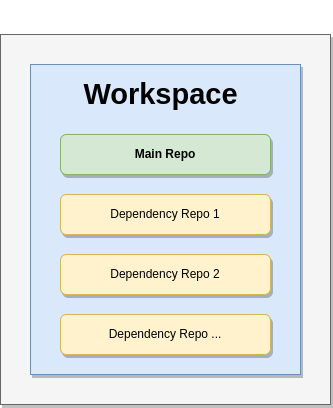
Before: docs/images/workspace.png, a diagram exported from draw.io (c0fec0de/git-ws). Source tidied: cells renumbered, new cells last; positions are measured from the earlier drawing's top-left corner, leaving out a move shared by most shapes.
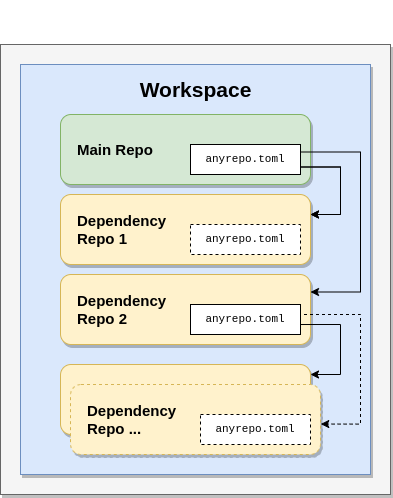
Above is the later version.

Commit message:
Extend diagram.

What changed in the source:
```diff
@@ -3,25 +3,87 @@
     <mxCell id="0" />
     <mxCell id="1" parent="0" />
     <mxCell id="2" style="rounded=0;whiteSpace=wrap;html=1;fillColor=#f5f5f5;fontColor=#333333;strokeColor=#666666;shadow=1;" parent="1" vertex="1">
-      <mxGeometry width="330" height="370" as="geometry" />
+      <mxGeometry y="10" width="390" height="450" as="geometry" />
     </mxCell>
     <mxCell id="3" value="&lt;h1&gt;&lt;br&gt;&lt;/h1&gt;" style="whiteSpace=wrap;html=1;align=center;imageVerticalAlign=middle;direction=east;labelPosition=center;verticalLabelPosition=top;verticalAlign=bottom;fillColor=#dae8fc;strokeColor=#6c8ebf;movableLabel=1;shadow=1;" parent="1" vertex="1">
-      <mxGeometry x="30" y="30" width="270" height="310" as="geometry" />
+      <mxGeometry x="20" y="30" width="350" height="410" as="geometry" />
     </mxCell>
-    <mxCell id="4" value="Main Repo" style="rounded=1;whiteSpace=wrap;html=1;fillColor=#d5e8d4;strokeColor=#82b366;fontStyle=1;shadow=1;" parent="1" vertex="1">
-      <mxGeometry x="60" y="100" width="210" height="40" as="geometry" />
+    <mxCell id="4" value="Main Repo" style="rounded=1;whiteSpace=wrap;html=1;fillColor=#d5e8d4;strokeColor=#82b366;fontStyle=1;shadow=1;align=left;spacingLeft=15;fontSize=15;" parent="1" vertex="1">
+      <mxGeometry x="60" y="80" width="250" height="70" as="geometry" />
     </mxCell>
+    <mxCell id="8" value="&lt;h1 style=&quot;font-size: 21px;&quot;&gt;&lt;font style=&quot;font-size: 21px;&quot;&gt;Workspace&lt;/font&gt;&lt;/h1&gt;" style="text;html=1;align=center;verticalAlign=middle;fillColor=none;strokeColor=none;rounded=0;fontSize=21;" parent="1" vertex="1">
+      <mxGeometry x="125" y="20" width="140" height="70" as="geometry" />
+    </mxCell>
+    <mxCell id="9" style="edgeStyle=orthogonalEdgeStyle;rounded=0;jettySize=auto;html=1;fontFamily=Courier New;fontSize=15;exitX=1;exitY=0.75;exitDx=0;exitDy=0;" parent="1" edge="1" source="10" target="5">
+      <mxGeometry relative="1" as="geometry">
+        <Array as="points">
+          <mxPoint x="340" y="133" />
+          <mxPoint x="340" y="180" />
+        </Array>
+      </mxGeometry>
+    </mxCell>
+    <mxCell id="10" value="anyrepo.toml" style="rounded=0;whiteSpace=wrap;html=1;fontFamily=Courier New;fontSize=11;" parent="1" vertex="1">
+      <mxGeometry x="190" y="110" width="110" height="30" as="geometry" />
+    </mxCell>
-    <mxCell id="5" value="Dependency Repo 1" style="rounded=1;whiteSpace=wrap;html=1;fillColor=#fff2cc;strokeColor=#d6b656;shadow=1;" parent="1" vertex="1">
-      <mxGeometry x="60" y="160" width="210" height="40" as="geometry" />
+    <mxCell id="5" value="Dependency&lt;br&gt;Repo 1" style="rounded=1;whiteSpace=wrap;html=1;fillColor=#fff2cc;strokeColor=#d6b656;fontStyle=1;shadow=1;align=left;spacingLeft=15;fontSize=15;" parent="1" vertex="1">
+      <mxGeometry x="60" y="160" width="250" height="70" as="geometry" />
     </mxCell>
+    <mxCell id="11" value="anyrepo.toml" style="rounded=0;whiteSpace=wrap;html=1;fontFamily=Courier New;dashed=1;fontSize=11;" parent="1" vertex="1">
+      <mxGeometry x="190" y="190" width="110" height="30" as="geometry" />
+    </mxCell>
-    <mxCell id="6" value="Dependency Repo 2" style="rounded=1;whiteSpace=wrap;html=1;fillColor=#fff2cc;strokeColor=#d6b656;shadow=1;" parent="1" vertex="1">
-      <mxGeometry x="60" y="220" width="210" height="40" as="geometry" />
+    <mxCell id="6" value="Dependency&lt;br&gt;Repo 2" style="rounded=1;whiteSpace=wrap;html=1;fillColor=#fff2cc;strokeColor=#d6b656;fontStyle=1;shadow=1;align=left;spacingLeft=15;fontSize=15;" parent="1" vertex="1">
+      <mxGeometry x="60" y="240" width="250" height="70" as="geometry" />
     </mxCell>
-    <mxCell id="7" value="Dependency Repo ..." style="rounded=1;whiteSpace=wrap;html=1;fillColor=#fff2cc;strokeColor=#d6b656;shadow=1;" parent="1" vertex="1">
-      <mxGeometry x="60" y="280" width="210" height="40" as="geometry" />
-    </mxCell>
-    <mxCell id="8" value="&lt;h1 style=&quot;&quot;&gt;&lt;font style=&quot;font-size: 29px;&quot;&gt;Workspace&lt;/font&gt;&lt;/h1&gt;" style="text;html=1;align=center;verticalAlign=middle;fillColor=none;strokeColor=none;rounded=0;" parent="1" vertex="1">
-      <mxGeometry x="70" y="20" width="180" height="80" as="geometry" />
-    </mxCell>
+    <mxCell id="12" value="anyrepo.toml" style="rounded=0;whiteSpace=wrap;html=1;fontFamily=Courier New;fontSize=11;" parent="1" vertex="1">
+      <mxGeometry x="190" y="270" width="110" height="30" as="geometry" />
+    </mxCell>
+    <mxCell id="13" style="edgeStyle=orthogonalEdgeStyle;rounded=0;jettySize=auto;html=1;entryX=1;entryY=0.25;entryDx=0;entryDy=0;fontFamily=Courier New;fontSize=15;exitX=1;exitY=0.25;exitDx=0;exitDy=0;" parent="1" edge="1" source="10" target="6">
+      <mxGeometry relative="1" as="geometry">
+        <Array as="points">
+          <mxPoint x="360" y="117" />
+          <mxPoint x="360" y="258" />
+          <mxPoint x="310" y="258" />
+        </Array>
+      </mxGeometry>
+    </mxCell>
+    <mxCell id="14" value="Dependency&lt;br&gt;Repo ..." style="rounded=1;whiteSpace=wrap;html=1;fillColor=#fff2cc;strokeColor=#d6b656;fontStyle=1;shadow=1;align=left;spacingLeft=15;fontSize=15;" parent="1" vertex="1">
+      <mxGeometry x="60" y="330" width="250" height="70" as="geometry" />
+    </mxCell>
+    <mxCell id="15" value="anyrepo.toml" style="rounded=0;whiteSpace=wrap;html=1;fontFamily=Courier New;dashed=1;" parent="1" vertex="1">
+      <mxGeometry x="190" y="370" width="110" height="30" as="geometry" />
+    </mxCell>
+    <mxCell id="16" style="edgeStyle=orthogonalEdgeStyle;rounded=0;jettySize=auto;html=1;fontFamily=Courier New;fontSize=15;exitX=1;exitY=0.75;exitDx=0;exitDy=0;" parent="1" edge="1" source="10" target="5">
+      <mxGeometry relative="1" as="geometry">
+        <Array as="points">
+          <mxPoint x="340" y="133" />
+          <mxPoint x="340" y="180" />
+        </Array>
+      </mxGeometry>
+    </mxCell>
+    <mxCell id="17" style="edgeStyle=orthogonalEdgeStyle;rounded=0;jettySize=auto;html=1;fontFamily=Courier New;fontSize=15;exitX=1;exitY=0.75;exitDx=0;exitDy=0;" parent="1" edge="1" target="14">
+      <mxGeometry relative="1" as="geometry">
+        <mxPoint x="300" y="290" as="sourcePoint" />
+        <Array as="points">
+          <mxPoint x="340" y="290" />
+          <mxPoint x="340" y="340" />
+        </Array>
+      </mxGeometry>
+    </mxCell>
+    <mxCell id="18" value="Dependency&lt;br&gt;Repo ..." style="rounded=1;whiteSpace=wrap;html=1;fillColor=#fff2cc;strokeColor=#d6b656;fontStyle=1;shadow=1;align=left;spacingLeft=15;fontSize=15;dashed=1;" parent="1" vertex="1">
+      <mxGeometry x="70" y="350" width="250" height="70" as="geometry" />
+    </mxCell>
+    <mxCell id="19" value="anyrepo.toml" style="rounded=0;whiteSpace=wrap;html=1;fontFamily=Courier New;dashed=1;fontSize=11;" parent="1" vertex="1">
+      <mxGeometry x="200" y="380" width="110" height="30" as="geometry" />
+    </mxCell>
+    <mxCell id="20" style="edgeStyle=orthogonalEdgeStyle;rounded=0;jettySize=auto;html=1;fontFamily=Courier New;fontSize=15;exitX=1;exitY=0.25;exitDx=0;exitDy=0;entryX=1.001;entryY=0.565;entryDx=0;entryDy=0;entryPerimeter=0;dashed=1;" parent="1" edge="1" source="12" target="18">
+      <mxGeometry relative="1" as="geometry">
+        <Array as="points">
+          <mxPoint x="300" y="280" />
+          <mxPoint x="360" y="280" />
+          <mxPoint x="360" y="390" />
+          <mxPoint x="320" y="390" />
+        </Array>
+      </mxGeometry>
+    </mxCell>
   </root>
 </mxGraphModel>
```
